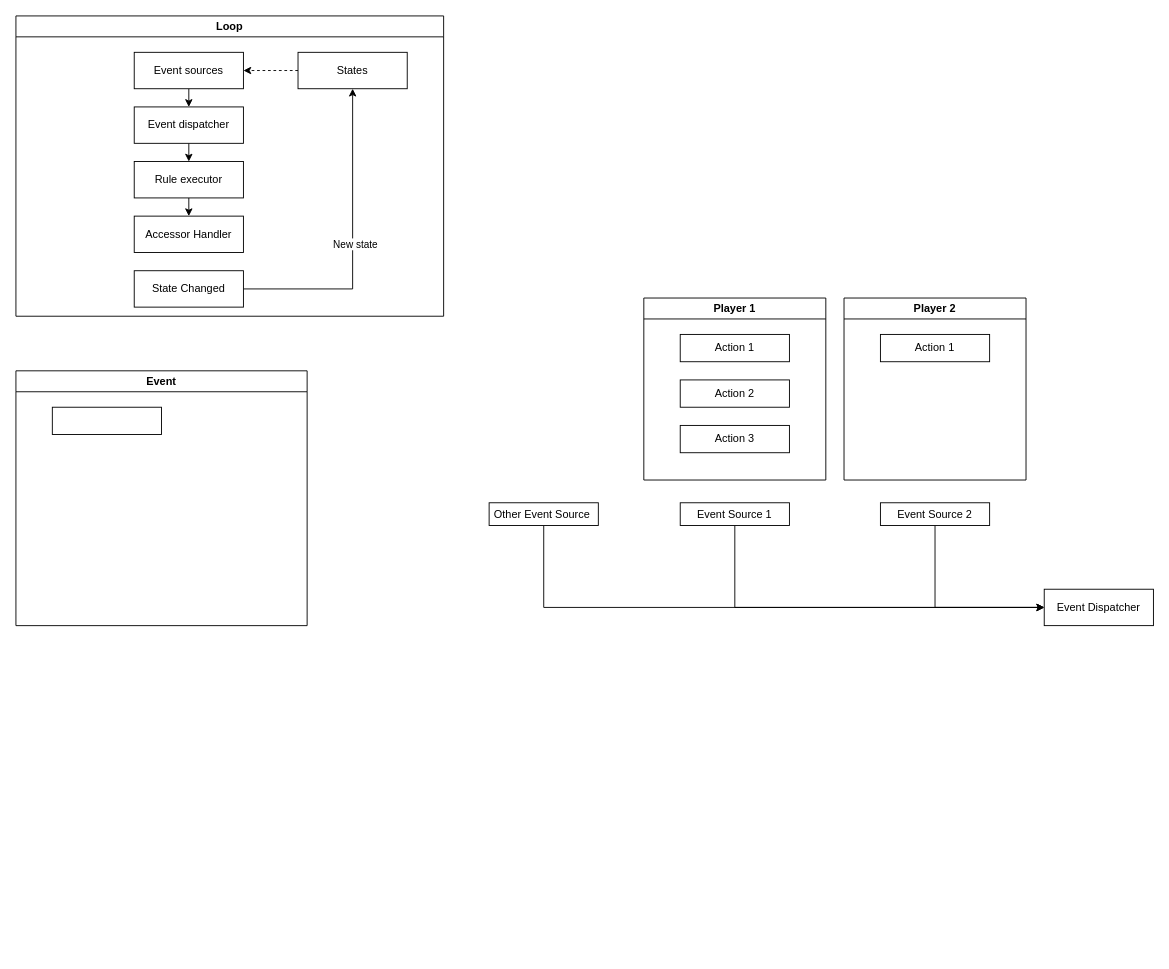
InvariantTime/Munchkin keeps this draw.io diagram as architecture.drawio. Above is the earlier version. Source tidied: cells renumbered, new cells numbered last; positions are measured from the earlier drawing's top-left corner, leaving out a move shared by most shapes. Both pictures are drawn from the tidied source at 91%, with x=0, y=0 at pixel (15, 15).
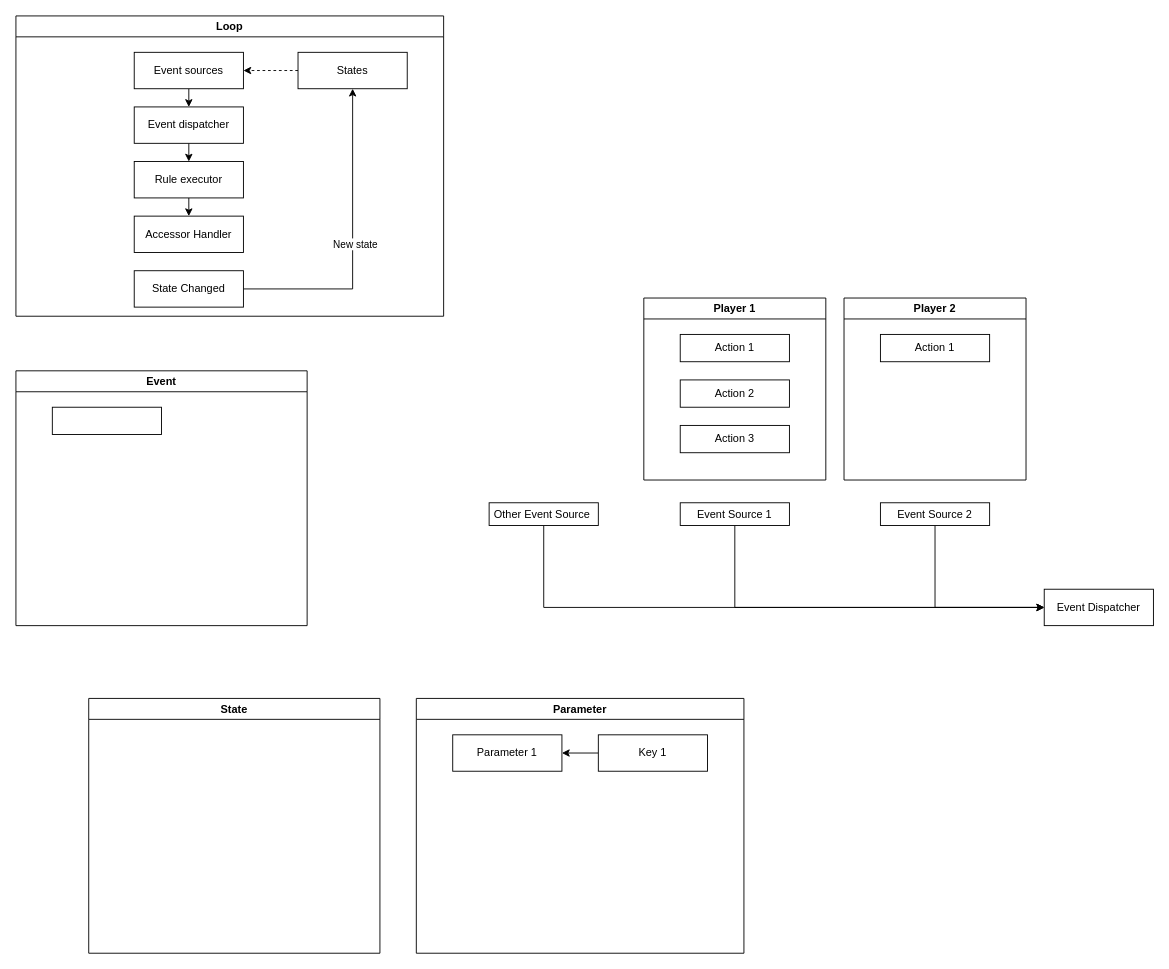
After the change.

Commit message (it also covers changes not shown here):
state container interfaces

Diff of the diagram source:
```diff
@@
+    <mxCell id="30" value="State" style="swimlane;whiteSpace=wrap;html=1;" parent="1" vertex="1">
+      <mxGeometry x="80" y="750" width="320" height="280" as="geometry" />
+    </mxCell>
+    <mxCell id="31" value="Parameter" style="swimlane;whiteSpace=wrap;html=1;" parent="1" vertex="1">
+      <mxGeometry x="440" y="750" width="360" height="280" as="geometry" />
+    </mxCell>
+    <mxCell id="32" value="Parameter 1" style="rounded=0;whiteSpace=wrap;html=1;" parent="31" vertex="1">
+      <mxGeometry x="40" y="40" width="120" height="40" as="geometry" />
+    </mxCell>
+    <mxCell id="33" style="edgeStyle=orthogonalEdgeStyle;rounded=0;jettySize=auto;html=1;exitX=0;exitY=0.5;exitDx=0;exitDy=0;entryX=1;entryY=0.5;entryDx=0;entryDy=0;" parent="31" edge="1" source="34" target="32">
+      <mxGeometry relative="1" as="geometry" />
+    </mxCell>
+    <mxCell id="34" value="Key 1" style="rounded=0;whiteSpace=wrap;html=1;" parent="31" vertex="1">
+      <mxGeometry x="200" y="40" width="120" height="40" as="geometry" />
+    </mxCell>
```
